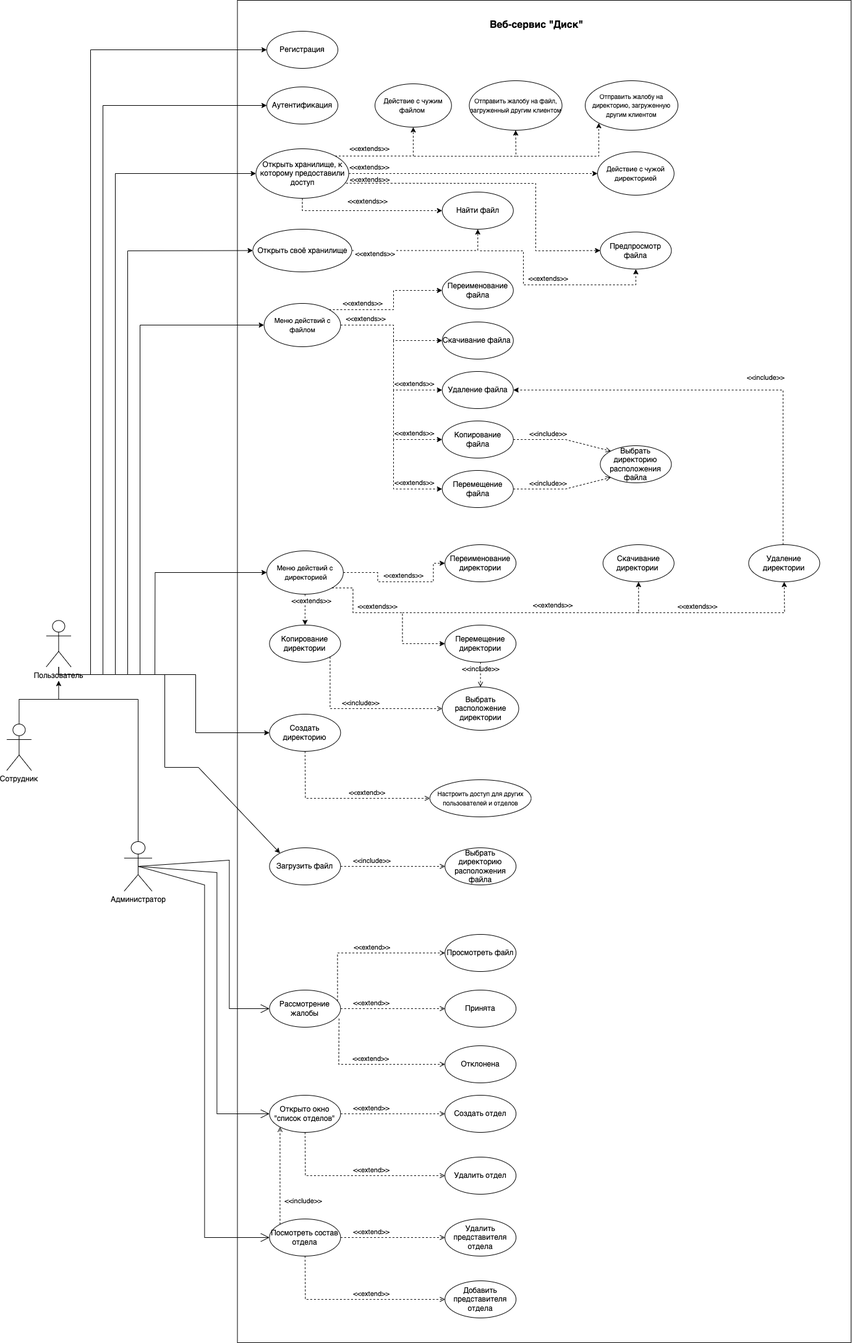
Earlier version of the draw.io export docs/uml.png (shuv8/cloudstorage). Source tidied: cells renumbered, new cells last; positions are measured from the earlier drawing's top-left corner, leaving out a move shared by most shapes.
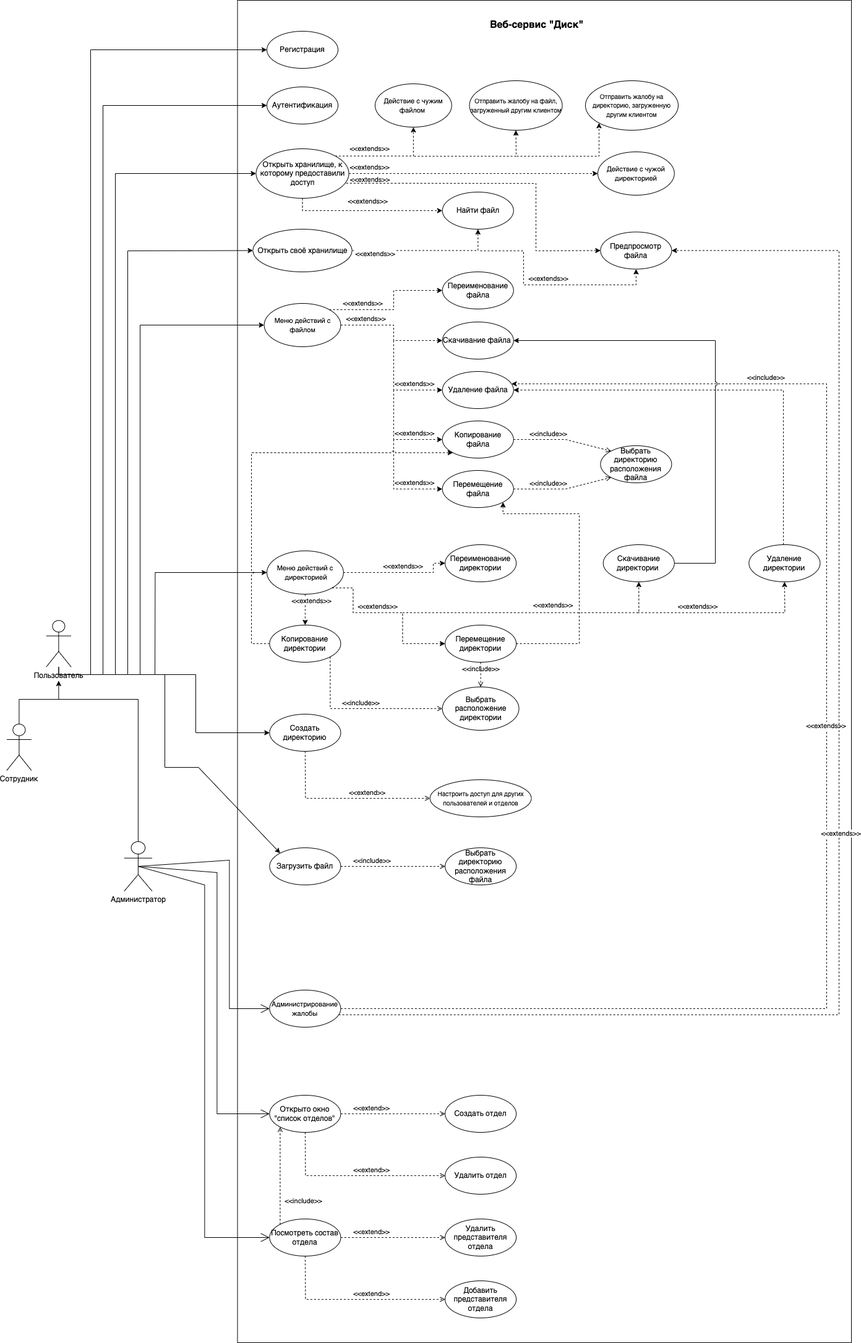
After the commit.

The edit, as a diff of the source:
```diff
@@ -47,15 +47,31 @@
     <mxCell id="11" value="Администратор" style="shape=umlActor;verticalLabelPosition=bottom;verticalAlign=top;html=1;outlineConnect=0;" parent="1" vertex="1">
       <mxGeometry x="190.4" y="1360" width="45" height="80" as="geometry" />
     </mxCell>
+    <mxCell id="98" style="edgeStyle=orthogonalEdgeStyle;rounded=0;jumpStyle=arc;jettySize=auto;html=1;fontSize=11;dashed=1;" parent="1" edge="1" source="12" target="56">
+      <mxGeometry relative="1" as="geometry">
+        <Array as="points">
+          <mxPoint x="1326" y="1630" />
+          <mxPoint x="1326" y="620" />
+        </Array>
+      </mxGeometry>
+    </mxCell>
+    <mxCell id="99" value="&amp;lt;&amp;lt;extends&amp;gt;&amp;gt;" style="edgeLabel;html=1;align=center;verticalAlign=middle;fontSize=11;" parent="98" vertex="1">
+      <mxGeometry x="0.08" y="2" relative="1" as="geometry" />
+    </mxCell>
+    <mxCell id="100" style="edgeStyle=orthogonalEdgeStyle;rounded=0;jumpStyle=arc;jettySize=auto;html=1;entryX=1;entryY=0.5;entryDx=0;entryDy=0;fontSize=11;dashed=1;" parent="1" edge="1" source="12" target="93">
+      <mxGeometry relative="1" as="geometry">
+        <Array as="points">
+          <mxPoint x="1346" y="1640" />
+          <mxPoint x="1346" y="405" />
+        </Array>
+      </mxGeometry>
+    </mxCell>
+    <mxCell id="101" value="&amp;lt;&amp;lt;extends&amp;gt;&amp;gt;" style="edgeLabel;html=1;align=center;verticalAlign=middle;fontSize=11;" parent="100" vertex="1">
+      <mxGeometry x="-0.05" y="-2" relative="1" as="geometry" />
+    </mxCell>
-    <mxCell id="12" value="Рассмотрение жалобы" style="ellipse;whiteSpace=wrap;html=1;" parent="1" vertex="1">
+    <mxCell id="12" value="&lt;font style=&quot;font-size: 11px;&quot;&gt;Администрирование жалобы&lt;/font&gt;" style="ellipse;whiteSpace=wrap;html=1;" parent="1" vertex="1">
       <mxGeometry x="425.4" y="1600" width="115" height="60" as="geometry" />
     </mxCell>
-    <mxCell id="13" value="Принята" style="ellipse;whiteSpace=wrap;html=1;" parent="1" vertex="1">
-      <mxGeometry x="709.1" y="1600" width="115" height="60" as="geometry" />
-    </mxCell>
-    <mxCell id="14" value="Отклонена" style="ellipse;whiteSpace=wrap;html=1;" parent="1" vertex="1">
-      <mxGeometry x="709.1" y="1690" width="115" height="60" as="geometry" />
-    </mxCell>
     <mxCell id="15" style="endArrow=open;endFill=1;endSize=12;html=1;rounded=0;exitX=0.5;exitY=0.5;exitDx=0;exitDy=0;exitPerimeter=0;entryX=0;entryY=0.5;entryDx=0;entryDy=0;" parent="1" edge="1" source="11" target="12">
       <mxGeometry relative="1" as="geometry">
         <Array as="points">
@@ -64,16 +80,6 @@
         </Array>
       </mxGeometry>
     </mxCell>
-    <mxCell id="16" value="&amp;lt;&amp;lt;extend&amp;gt;&amp;gt;" style="html=1;verticalAlign=bottom;labelBackgroundColor=none;endArrow=open;endFill=0;dashed=1;rounded=0;exitX=0.978;exitY=0.769;exitDx=0;exitDy=0;entryX=0;entryY=0.5;entryDx=0;entryDy=0;exitPerimeter=0;" parent="1" edge="1" source="12" target="14">
-      <mxGeometry x="0.02" relative="1" as="geometry">
-        <Array as="points">
-          <mxPoint x="537.4" y="1720" />
-        </Array>
-      </mxGeometry>
-    </mxCell>
-    <mxCell id="17" value="&amp;lt;&amp;lt;extend&amp;gt;&amp;gt;" style="html=1;verticalAlign=bottom;labelBackgroundColor=none;endArrow=open;endFill=0;dashed=1;rounded=0;exitX=1;exitY=0.5;exitDx=0;exitDy=0;entryX=0;entryY=0.5;entryDx=0;entryDy=0;" parent="1" edge="1" source="12" target="13">
-      <mxGeometry x="-0.41" relative="1" as="geometry" />
-    </mxCell>
     <mxCell id="18" value="Создать отдел" style="ellipse;whiteSpace=wrap;html=1;" parent="1" vertex="1">
       <mxGeometry x="709.1" y="1770" width="115" height="60" as="geometry" />
     </mxCell>
@@ -106,16 +112,6 @@
     <mxCell id="24" value="Аутентификация" style="ellipse;whiteSpace=wrap;html=1;" parent="1" vertex="1">
       <mxGeometry x="421" y="140" width="115" height="60" as="geometry" />
     </mxCell>
-    <mxCell id="25" value="Просмотреть файл" style="ellipse;whiteSpace=wrap;html=1;" parent="1" vertex="1">
-      <mxGeometry x="709.1" y="1510" width="115" height="60" as="geometry" />
-    </mxCell>
-    <mxCell id="26" value="&amp;lt;&amp;lt;extend&amp;gt;&amp;gt;" style="html=1;verticalAlign=bottom;labelBackgroundColor=none;endArrow=open;endFill=0;dashed=1;rounded=0;exitX=0.957;exitY=0.297;exitDx=0;exitDy=0;entryX=0;entryY=0.5;entryDx=0;entryDy=0;exitPerimeter=0;" parent="1" edge="1" source="12" target="25">
-      <mxGeometry x="0.06" relative="1" as="geometry">
-        <Array as="points">
-          <mxPoint x="535.4" y="1540" />
-        </Array>
-      </mxGeometry>
-    </mxCell>
     <mxCell id="27" value="Открыть хранилище, к которому предоставили доступ" style="ellipse;whiteSpace=wrap;html=1;" parent="1" vertex="1">
       <mxGeometry x="403.5" y="240" width="150" height="80" as="geometry" />
     </mxCell>
@@ -324,25 +320,48 @@
     <mxCell id="67" value="Переименование директории" style="ellipse;whiteSpace=wrap;html=1;" parent="1" vertex="1">
       <mxGeometry x="709.1" y="880" width="115" height="60" as="geometry" />
     </mxCell>
+    <mxCell id="102" style="edgeStyle=orthogonalEdgeStyle;rounded=0;jettySize=auto;html=1;entryX=1;entryY=0.5;entryDx=0;entryDy=0;jumpStyle=arc;" parent="1" edge="1" source="68" target="55">
+      <mxGeometry relative="1" as="geometry">
+        <Array as="points">
+          <mxPoint x="1146" y="910" />
+          <mxPoint x="1146" y="550" />
+        </Array>
+      </mxGeometry>
+    </mxCell>
     <mxCell id="68" value="Скачивание директории&amp;nbsp;" style="ellipse;whiteSpace=wrap;html=1;" parent="1" vertex="1">
       <mxGeometry x="964.8" y="880" width="115" height="60" as="geometry" />
     </mxCell>
     <mxCell id="69" value="Удаление директории" style="ellipse;whiteSpace=wrap;html=1;" parent="1" vertex="1">
       <mxGeometry x="1200.4" y="880" width="115" height="60" as="geometry" />
     </mxCell>
+    <mxCell id="103" style="edgeStyle=orthogonalEdgeStyle;rounded=0;jumpStyle=arc;jettySize=auto;html=1;entryX=0;entryY=1;entryDx=0;entryDy=0;fontSize=11;dashed=1;" parent="1" edge="1" source="70" target="57">
+      <mxGeometry relative="1" as="geometry">
+        <Array as="points">
+          <mxPoint x="396" y="1040" />
+          <mxPoint x="396" y="731" />
+        </Array>
+      </mxGeometry>
+    </mxCell>
     <mxCell id="70" value="Копирование директории" style="ellipse;whiteSpace=wrap;html=1;" parent="1" vertex="1">
       <mxGeometry x="425.4" y="1010" width="115" height="60" as="geometry" />
     </mxCell>
+    <mxCell id="104" style="edgeStyle=orthogonalEdgeStyle;rounded=0;jumpStyle=arc;jettySize=auto;html=1;entryX=1;entryY=1;entryDx=0;entryDy=0;fontSize=11;dashed=1;" parent="1" edge="1" source="71" target="58">
+      <mxGeometry relative="1" as="geometry">
+        <Array as="points">
+          <mxPoint x="926" y="1040" />
+          <mxPoint x="926" y="830" />
+          <mxPoint x="803" y="830" />
+        </Array>
+      </mxGeometry>
+    </mxCell>
     <mxCell id="71" value="Перемещение директории" style="ellipse;whiteSpace=wrap;html=1;" parent="1" vertex="1">
       <mxGeometry x="709.1" y="1010" width="115" height="60" as="geometry" />
     </mxCell>
     <mxCell id="72" value="&amp;lt;&amp;lt;extends&amp;gt;&amp;gt;" style="edgeStyle=orthogonalEdgeStyle;rounded=0;jettySize=auto;html=1;entryX=0;entryY=0.5;entryDx=0;entryDy=0;dashed=1;exitX=1;exitY=0.5;exitDx=0;exitDy=0;" parent="1" edge="1" source="50" target="67">
       <mxGeometry x="0.06" y="10" relative="1" as="geometry">
         <Array as="points">
-          <mxPoint x="600.4" y="925" />
-          <mxPoint x="600.4" y="940" />
-          <mxPoint x="690.4" y="940" />
-          <mxPoint x="690.4" y="910" />
+          <mxPoint x="690" y="925" />
+          <mxPoint x="690" y="910" />
         </Array>
         <mxPoint x="1" as="offset" />
       </mxGeometry>
```
